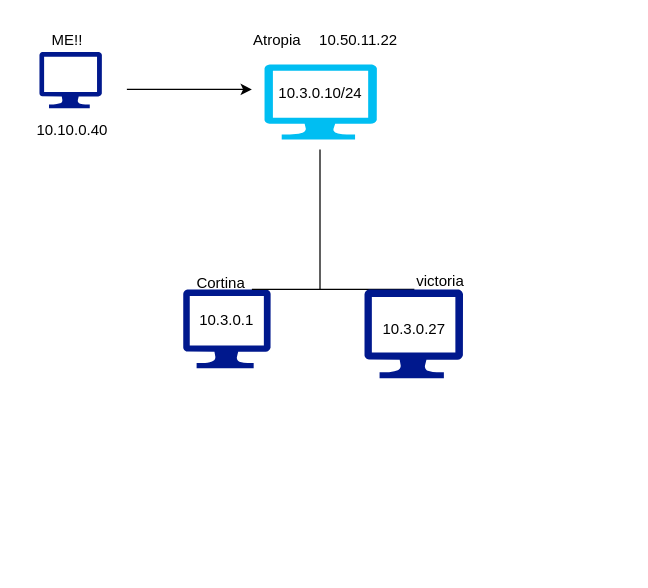
conrod12/networking keeps this draw.io diagram as task 3 Diagram.drawio. Above is the earlier version. Source tidied: cells renumbered, new cells numbered last; positions are measured from the earlier drawing's top-left corner, leaving out a move shared by most shapes. Both pictures are drawn from the tidied source at 125%, with x=0, y=0 at pixel (21, 21).
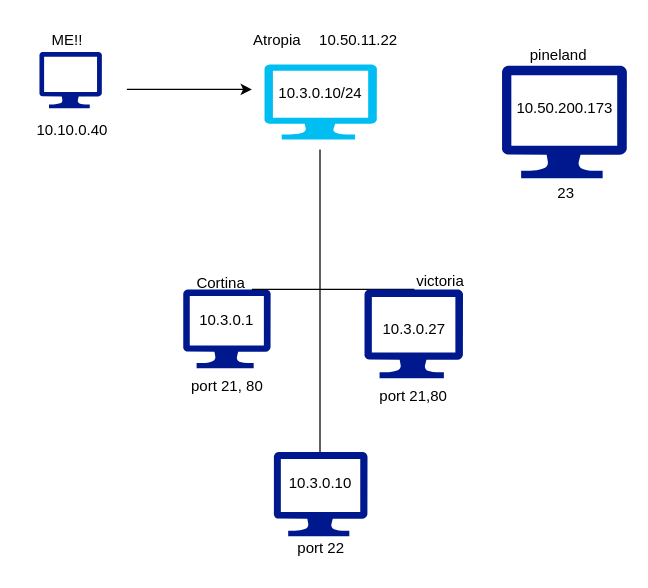
The same page after the edit.

The edit, as a diff of the source:
```diff
@@
+    <mxCell id="18" value="port 21,80" style="text;html=1;align=center;verticalAlign=middle;strokeColor=none;fillColor=none;" parent="1" vertex="1">
+      <mxGeometry x="273.4" y="285" width="80" height="30" as="geometry" />
+    </mxCell>
+    <mxCell id="19" value="port 21, 80" style="text;html=1;align=center;verticalAlign=middle;strokeColor=none;fillColor=none;" parent="1" vertex="1">
+      <mxGeometry x="124" y="277" width="80" height="30" as="geometry" />
+    </mxCell>
+    <mxCell id="20" style="endArrow=none;html=1;rounded=0;" parent="1" edge="1">
+      <mxGeometry relative="1" as="geometry">
+        <mxPoint x="238.5" y="344" as="sourcePoint" />
+        <mxPoint x="238.5" y="214" as="targetPoint" />
+      </mxGeometry>
+    </mxCell>
+    <mxCell id="21" style="sketch=0;shadow=0;dashed=0;html=1;strokeColor=none;labelPosition=center;verticalLabelPosition=bottom;verticalAlign=top;align=center;fillColor=#00188D;shape=mxgraph.azure.computer;" parent="1" vertex="1">
+      <mxGeometry x="201.5" y="344" width="75" height="67.5" as="geometry" />
+    </mxCell>
+    <mxCell id="22" value="10.3.0.10" style="text;html=1;align=center;verticalAlign=middle;whiteSpace=wrap;rounded=0;" parent="1" vertex="1">
+      <mxGeometry x="209" y="354" width="60" height="30" as="geometry" />
+    </mxCell>
+    <mxCell id="23" value="port 22" style="text;html=1;align=center;verticalAlign=middle;strokeColor=none;fillColor=none;" parent="1" vertex="1">
+      <mxGeometry x="209" y="406" width="60" height="30" as="geometry" />
+    </mxCell>
+    <mxCell id="24" style="sketch=0;shadow=0;dashed=0;html=1;strokeColor=none;labelPosition=center;verticalLabelPosition=bottom;verticalAlign=top;align=center;fillColor=#00188D;shape=mxgraph.azure.computer;" parent="1" vertex="1">
+      <mxGeometry x="384" y="35" width="100" height="90" as="geometry" />
+    </mxCell>
+    <mxCell id="25" value="pineland" style="text;html=1;align=center;verticalAlign=middle;strokeColor=none;fillColor=none;" parent="1" vertex="1">
+      <mxGeometry x="394" y="12" width="70" height="30" as="geometry" />
+    </mxCell>
+    <mxCell id="26" value="10.50.200.173" style="text;html=1;align=center;verticalAlign=middle;whiteSpace=wrap;rounded=0;" parent="1" vertex="1">
+      <mxGeometry x="386.5" y="54" width="95" height="30" as="geometry" />
+    </mxCell>
+    <mxCell id="27" value="23" style="text;html=1;align=center;verticalAlign=middle;strokeColor=none;fillColor=none;" parent="1" vertex="1">
+      <mxGeometry x="415" y="122" width="40" height="30" as="geometry" />
+    </mxCell>
```
